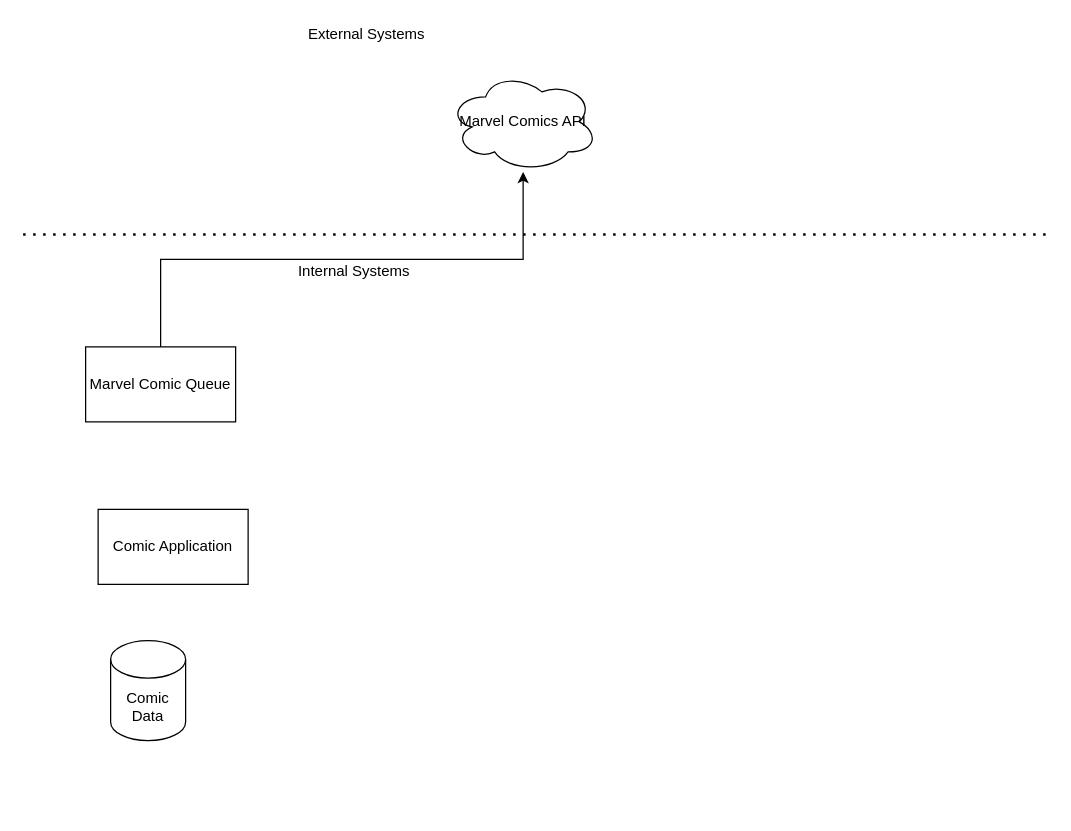
Above: Untitled Diagram.drawio in mattwatts36/drawings (draw.io), before the change. Source tidied: cells renumbered, new cells numbered last; positions are measured from the earlier drawing's top-left corner, leaving out a move shared by most shapes. Both pictures are drawn from the tidied source at 125%, with x=0, y=0 at pixel (22, 21).
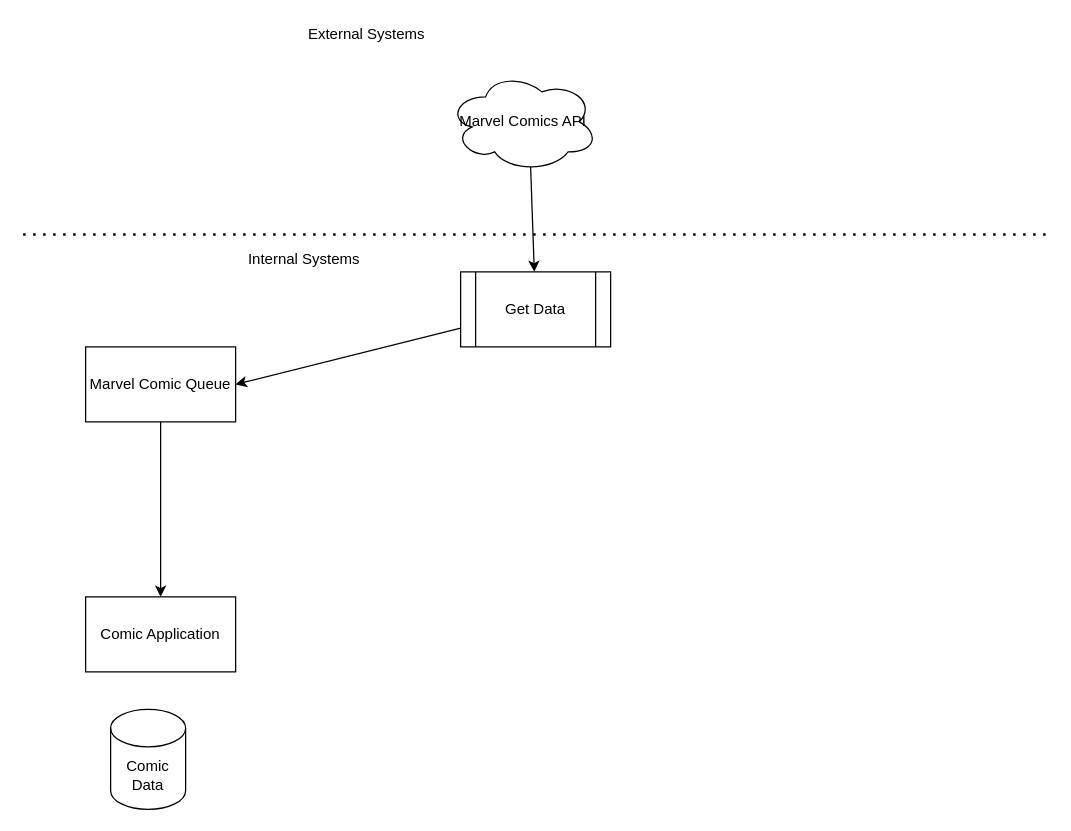
After the change.

Diff of the diagram source:
```diff
@@
 <mxGraphModel>
   <root>
     <mxCell id="0" />
     <mxCell id="1" parent="0" />
+    <mxCell id="10" style="rounded=0;jettySize=auto;html=1;exitX=0.55;exitY=0.95;exitDx=0;exitDy=0;exitPerimeter=0;" parent="1" edge="1" source="2" target="13">
+      <mxGeometry relative="1" as="geometry" />
+    </mxCell>
     <mxCell id="2" value="Marvel Comics API" style="ellipse;shape=cloud;whiteSpace=wrap;html=1;" parent="1" vertex="1">
       <mxGeometry x="340" y="40" width="120" height="80" as="geometry" />
     </mxCell>
-    <mxCell id="3" style="edgeStyle=orthogonalEdgeStyle;rounded=0;jettySize=auto;html=1;exitX=0.5;exitY=0;exitDx=0;exitDy=0;" parent="1" edge="1" source="4" target="2">
-      <mxGeometry relative="1" as="geometry" />
-    </mxCell>
+    <mxCell id="11" style="edgeStyle=none;rounded=0;jettySize=auto;html=1;exitX=0.5;exitY=1;exitDx=0;exitDy=0;entryX=0.5;entryY=0;entryDx=0;entryDy=0;" parent="1" edge="1" source="4" target="9">
+      <mxGeometry relative="1" as="geometry" />
+    </mxCell>
     <mxCell id="4" value="Marvel Comic Queue" style="rounded=0;whiteSpace=wrap;html=1;" parent="1" vertex="1">
       <mxGeometry x="50" y="260" width="120" height="60" as="geometry" />
     </mxCell>
     <mxCell id="5" value="Comic Data" style="shape=cylinder3;whiteSpace=wrap;html=1;boundedLbl=1;backgroundOutline=1;size=15;" parent="1" vertex="1">
-      <mxGeometry x="70" y="495" width="60" height="80" as="geometry" />
+      <mxGeometry x="70" y="550" width="60" height="80" as="geometry" />
     </mxCell>
     <mxCell id="6" style="endArrow=none;dashed=1;html=1;dashPattern=1 3;strokeWidth=2;" parent="1" edge="1">
       <mxGeometry relative="1" as="geometry">
         <mxPoint y="170" as="sourcePoint" />
         <mxPoint x="820" y="170" as="targetPoint" />
       </mxGeometry>
     </mxCell>
     <mxCell id="7" value="Internal Systems" style="text;html=1;strokeColor=none;fillColor=none;align=center;verticalAlign=middle;whiteSpace=wrap;rounded=0;" parent="1" vertex="1">
-      <mxGeometry x="130" y="190" width="270" height="20" as="geometry" />
+      <mxGeometry x="160" y="180" width="130" height="20" as="geometry" />
     </mxCell>
     <mxCell id="8" value="External Systems" style="text;html=1;strokeColor=none;fillColor=none;align=center;verticalAlign=middle;whiteSpace=wrap;rounded=0;" parent="1" vertex="1">
       <mxGeometry x="140" width="270" height="20" as="geometry" />
     </mxCell>
     <mxCell id="9" value="Comic Application" style="rounded=0;whiteSpace=wrap;html=1;" parent="1" vertex="1">
-      <mxGeometry x="60" y="390" width="120" height="60" as="geometry" />
+      <mxGeometry x="50" y="460" width="120" height="60" as="geometry" />
     </mxCell>
+    <mxCell id="12" style="edgeStyle=none;rounded=0;jettySize=auto;html=1;entryX=1;entryY=0.5;entryDx=0;entryDy=0;" parent="1" edge="1" source="13" target="4">
+      <mxGeometry relative="1" as="geometry" />
+    </mxCell>
+    <mxCell id="13" value="Get Data" style="shape=process;whiteSpace=wrap;html=1;backgroundOutline=1;" parent="1" vertex="1">
+      <mxGeometry x="350" y="200" width="120" height="60" as="geometry" />
+    </mxCell>
   </root>
 </mxGraphModel>
```
